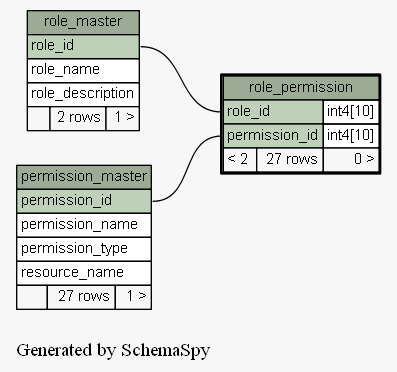
This is docs/database/schemaspy/graphs/role_permission.1degree.png from engineerscraft/hrms, a Graphviz export, as it was before one commit. Its source is kept beside it as docs/database/schemaspy/graphs/role_permission.1degree.dot.
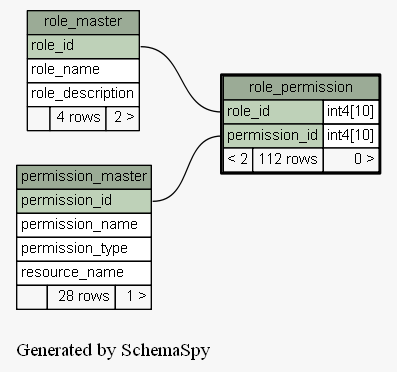
The same file after the commit.

The edit, as a diff of the source:
```diff
@@ -23,7 +23,7 @@
       <TR><TD PORT="permission_name" COLSPAN="3" ALIGN="LEFT">permission_name</TD></TR>
       <TR><TD PORT="permission_type" COLSPAN="3" ALIGN="LEFT">permission_type</TD></TR>
       <TR><TD PORT="resource_name" COLSPAN="3" ALIGN="LEFT">resource_name</TD></TR>
-      <TR><TD ALIGN="LEFT" BGCOLOR="#f7f7f7">  </TD><TD ALIGN="RIGHT" BGCOLOR="#f7f7f7">27 rows</TD><TD ALIGN="RIGHT" BGCOLOR="#f7f7f7">1 &gt;</TD></TR>
+      <TR><TD ALIGN="LEFT" BGCOLOR="#f7f7f7">  </TD><TD ALIGN="RIGHT" BGCOLOR="#f7f7f7">28 rows</TD><TD ALIGN="RIGHT" BGCOLOR="#f7f7f7">1 &gt;</TD></TR>
     </TABLE>>
     URL="permission_master.html#graph"
     tooltip="permission_master"
@@ -35,7 +35,7 @@
       <TR><TD PORT="role_id" COLSPAN="3" BGCOLOR="#bed1b8" ALIGN="LEFT">role_id</TD></TR>
       <TR><TD PORT="role_name" COLSPAN="3" ALIGN="LEFT">role_name</TD></TR>
       <TR><TD PORT="role_description" COLSPAN="3" ALIGN="LEFT">role_description</TD></TR>
-      <TR><TD ALIGN="LEFT" BGCOLOR="#f7f7f7">  </TD><TD ALIGN="RIGHT" BGCOLOR="#f7f7f7">2 rows</TD><TD ALIGN="RIGHT" BGCOLOR="#f7f7f7">1 &gt;</TD></TR>
+      <TR><TD ALIGN="LEFT" BGCOLOR="#f7f7f7">  </TD><TD ALIGN="RIGHT" BGCOLOR="#f7f7f7">4 rows</TD><TD ALIGN="RIGHT" BGCOLOR="#f7f7f7">2 &gt;</TD></TR>
     </TABLE>>
     URL="role_master.html#graph"
     tooltip="role_master"
@@ -46,7 +46,7 @@
       <TR><TD PORT="role_permission.heading" COLSPAN="3" BGCOLOR="#9bab96" ALIGN="CENTER">role_permission</TD></TR>
       <TR><TD PORT="role_id" COLSPAN="2" BGCOLOR="#bed1b8" ALIGN="LEFT">role_id</TD><TD PORT="role_id.type" ALIGN="LEFT">int4[10]</TD></TR>
       <TR><TD PORT="permission_id" COLSPAN="2" BGCOLOR="#bed1b8" ALIGN="LEFT">permission_id</TD><TD PORT="permission_id.type" ALIGN="LEFT">int4[10]</TD></TR>
-      <TR><TD ALIGN="LEFT" BGCOLOR="#f7f7f7">&lt; 2</TD><TD ALIGN="RIGHT" BGCOLOR="#f7f7f7">27 rows</TD><TD ALIGN="RIGHT" BGCOLOR="#f7f7f7">0 &gt;</TD></TR>
+      <TR><TD ALIGN="LEFT" BGCOLOR="#f7f7f7">&lt; 2</TD><TD ALIGN="RIGHT" BGCOLOR="#f7f7f7">112 rows</TD><TD ALIGN="RIGHT" BGCOLOR="#f7f7f7">0 &gt;</TD></TR>
     </TABLE>>
     URL="role_permission.html#"
     tooltip="role_permission"
```
